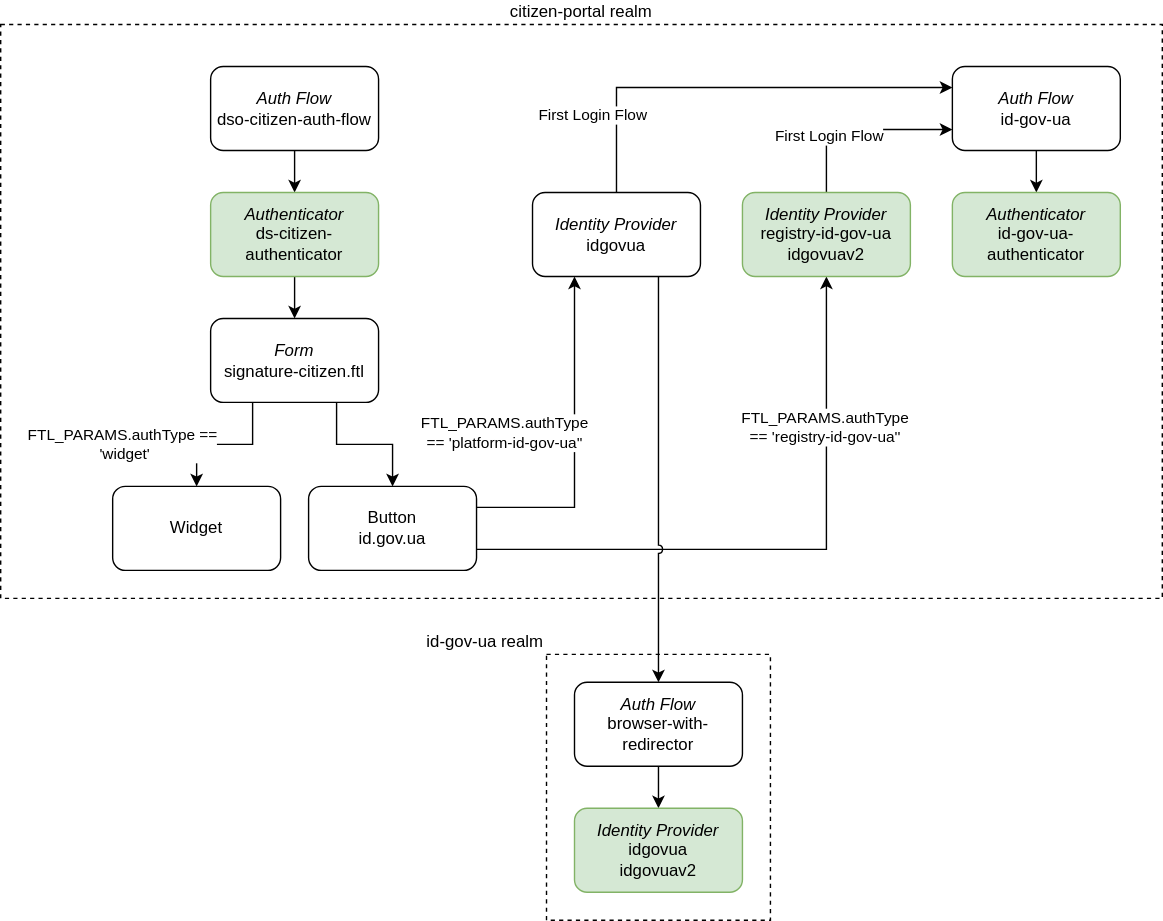
Above: docs/ua/modules/arch/images/architecture-workspace/platform-evolution/citizen-id-gov-ua/component-citizen-id-gov-ua.drawio.svg in epam/edp-ddm-architecture (draw.io), before the change. Source tidied: cells renumbered, new cells last; positions are measured from the earlier drawing's top-left corner, leaving out a move shared by most shapes.
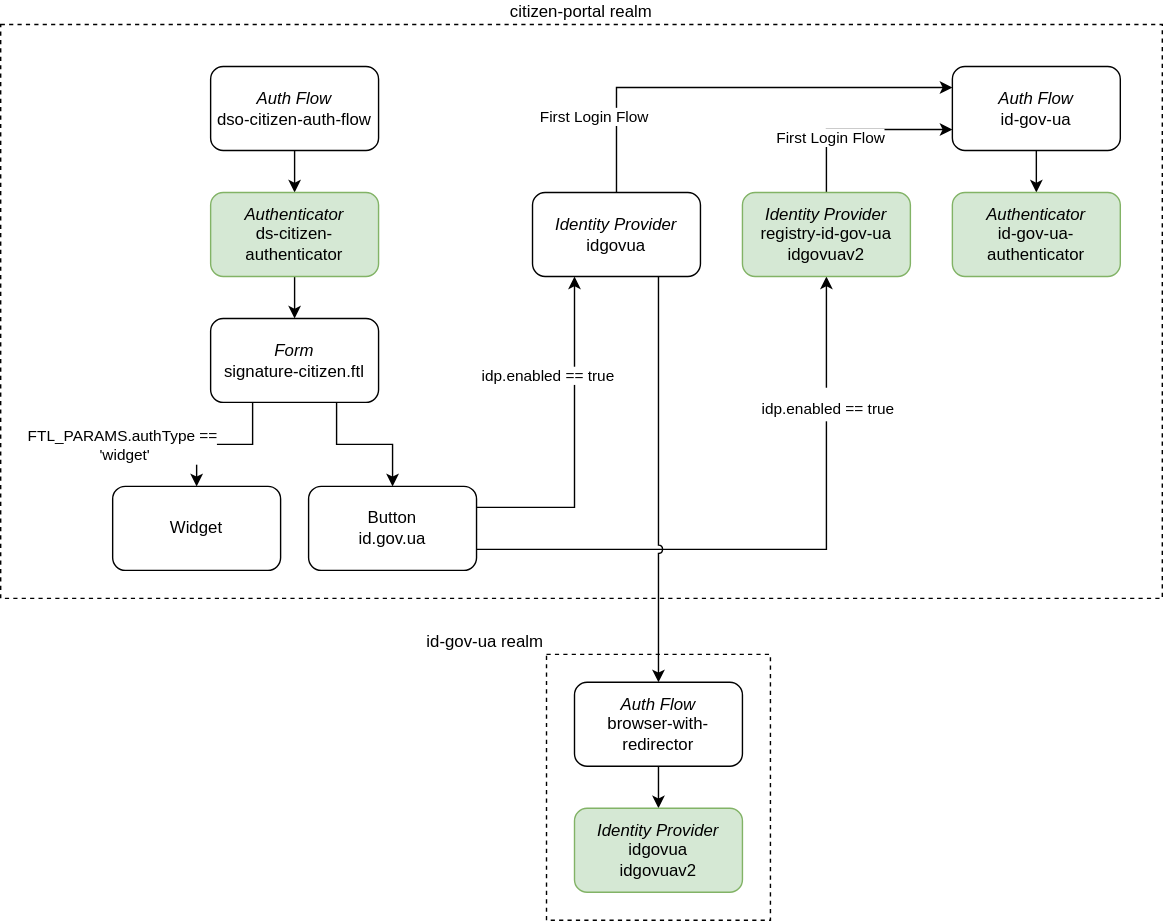
Later version of the same file.

Diff of the diagram source:
```diff
@@ -37,11 +37,6 @@
     <mxCell id="12" style="edgeStyle=orthogonalEdgeStyle;rounded=0;jettySize=auto;html=1;entryX=0.25;entryY=1;entryDx=0;entryDy=0;exitX=1;exitY=0.25;exitDx=0;exitDy=0;" parent="1" edge="1" source="16" target="21">
       <mxGeometry relative="1" as="geometry" />
     </mxCell>
-    <mxCell id="13" value="FTL_PARAMS.authType &lt;br&gt;== 'platform-id-gov-ua''" style="edgeLabel;html=1;align=center;verticalAlign=middle;" parent="12" vertex="1">
-      <mxGeometry x="-0.16" y="-2" relative="1" as="geometry">
-        <mxPoint x="-52" y="-25" as="offset" />
-      </mxGeometry>
-    </mxCell>
     <mxCell id="14" style="edgeStyle=orthogonalEdgeStyle;rounded=0;jettySize=auto;html=1;entryX=0.5;entryY=1;entryDx=0;entryDy=0;exitX=1;exitY=0.75;exitDx=0;exitDy=0;jumpStyle=gap;" parent="1" edge="1" source="16" target="30">
       <mxGeometry relative="1" as="geometry">
         <Array as="points">
@@ -49,9 +44,11 @@
         </Array>
       </mxGeometry>
     </mxCell>
-    <mxCell id="15" value="FTL_PARAMS.authType&lt;br style=&quot;border-color: var(--border-color);&quot;&gt;== 'registry-id-gov-ua''" style="edgeLabel;html=1;align=center;verticalAlign=middle;" parent="14" vertex="1">
-      <mxGeometry x="0.52" y="1" relative="1" as="geometry" />
-    </mxCell>
+    <mxCell id="32" value="&lt;font style=&quot;font-size: 11px;&quot; face=&quot;Helvetica&quot;&gt;idp.enabled == true&lt;/font&gt;" style="edgeLabel;html=1;align=center;verticalAlign=middle;fontSize=20;fontFamily=Architects Daughter;" parent="14" vertex="1">
+      <mxGeometry x="0.53" y="-1" relative="1" as="geometry">
+        <mxPoint x="-1" y="-14" as="offset" />
+      </mxGeometry>
+    </mxCell>
     <mxCell id="16" value="Button&lt;br&gt;id.gov.ua" style="rounded=1;whiteSpace=wrap;html=1;" parent="1" vertex="1">
       <mxGeometry x="220" y="330" width="120" height="60" as="geometry" />
     </mxCell>
@@ -110,5 +107,8 @@
     <mxCell id="31" value="id-gov-ua realm" style="rounded=0;whiteSpace=wrap;html=1;fillColor=none;dashed=1;labelPosition=left;verticalLabelPosition=top;align=right;verticalAlign=bottom;" parent="1" vertex="1">
       <mxGeometry x="390" y="450" width="160" height="190" as="geometry" />
     </mxCell>
+    <mxCell id="33" value="idp.enabled == true" style="edgeLabel;html=1;align=center;verticalAlign=middle;" parent="1" vertex="1">
+      <mxGeometry x="390" y="250" as="geometry" />
+    </mxCell>
   </root>
 </mxGraphModel>
```
